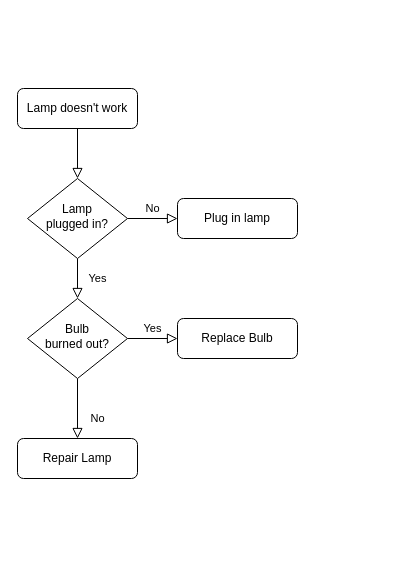
The draw.io diagram Untitled Diagram.drawio in Macko-pp/Computer-Science, before the edit. Source tidied: cells renumbered, new cells numbered last; positions are measured from the earlier drawing's top-left corner, leaving out a move shared by most shapes. Both pictures are drawn from the tidied source at 100%, with x=0, y=0 at pixel (17, 88).
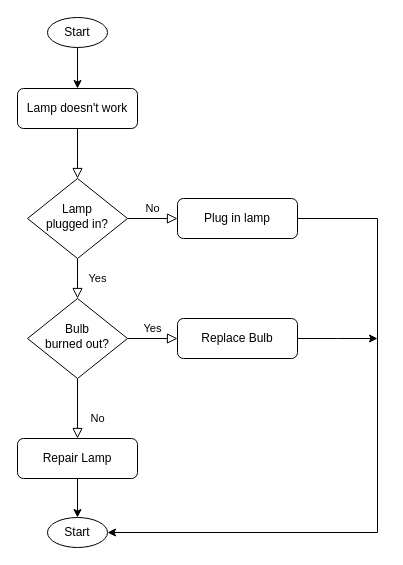
The same page after the edit.

Unchanged cells that the change refers to:
```xml
<mxCell id="3" value="Lamp doesn't work" style="rounded=1;whiteSpace=wrap;html=1;fontSize=12;glass=0;strokeWidth=1;shadow=0;" parent="1" vertex="1">
  <mxGeometry width="120" height="40" as="geometry" />
</mxCell>
<mxCell id="7" value="Plug in lamp" style="rounded=1;whiteSpace=wrap;html=1;fontSize=12;glass=0;strokeWidth=1;shadow=0;" parent="1" vertex="1">
  <mxGeometry x="160" y="110" width="120" height="40" as="geometry" />
</mxCell>
<mxCell id="11" value="Repair Lamp" style="rounded=1;whiteSpace=wrap;html=1;fontSize=12;glass=0;strokeWidth=1;shadow=0;" parent="1" vertex="1">
  <mxGeometry y="350" width="120" height="40" as="geometry" />
</mxCell>
<mxCell id="12" value="Replace Bulb" style="rounded=1;whiteSpace=wrap;html=1;fontSize=12;glass=0;strokeWidth=1;shadow=0;" parent="1" vertex="1">
  <mxGeometry x="160" y="230" width="120" height="40" as="geometry" />
</mxCell>
```

The edit, as a diff of the source:
```diff
@@
+    <mxCell id="13" style="edgeStyle=orthogonalEdgeStyle;rounded=0;jettySize=auto;html=1;entryX=1;entryY=0.5;entryDx=0;entryDy=0;" parent="1" edge="1" source="7" target="18">
+      <mxGeometry relative="1" as="geometry">
+        <Array as="points">
+          <mxPoint x="360" y="130" />
+          <mxPoint x="360" y="444" />
+        </Array>
+      </mxGeometry>
+    </mxCell>
@@
+    <mxCell id="14" style="edgeStyle=orthogonalEdgeStyle;rounded=0;jettySize=auto;html=1;" parent="1" edge="1" source="11" target="18">
+      <mxGeometry relative="1" as="geometry" />
+    </mxCell>
@@
+    <mxCell id="15" style="edgeStyle=orthogonalEdgeStyle;rounded=0;jettySize=auto;html=1;" parent="1" edge="1" source="12">
+      <mxGeometry relative="1" as="geometry">
+        <mxPoint x="360" y="250" as="targetPoint" />
+      </mxGeometry>
+    </mxCell>
@@
+    <mxCell id="16" style="edgeStyle=orthogonalEdgeStyle;rounded=0;jettySize=auto;html=1;" parent="1" edge="1" source="17" target="3">
+      <mxGeometry relative="1" as="geometry" />
+    </mxCell>
+    <mxCell id="17" value="Start" style="ellipse;whiteSpace=wrap;html=1;" parent="1" vertex="1">
+      <mxGeometry x="30" y="-71" width="60" height="30" as="geometry" />
+    </mxCell>
+    <mxCell id="18" value="Start" style="ellipse;whiteSpace=wrap;html=1;" parent="1" vertex="1">
+      <mxGeometry x="30" y="429" width="60" height="30" as="geometry" />
+    </mxCell>
```
